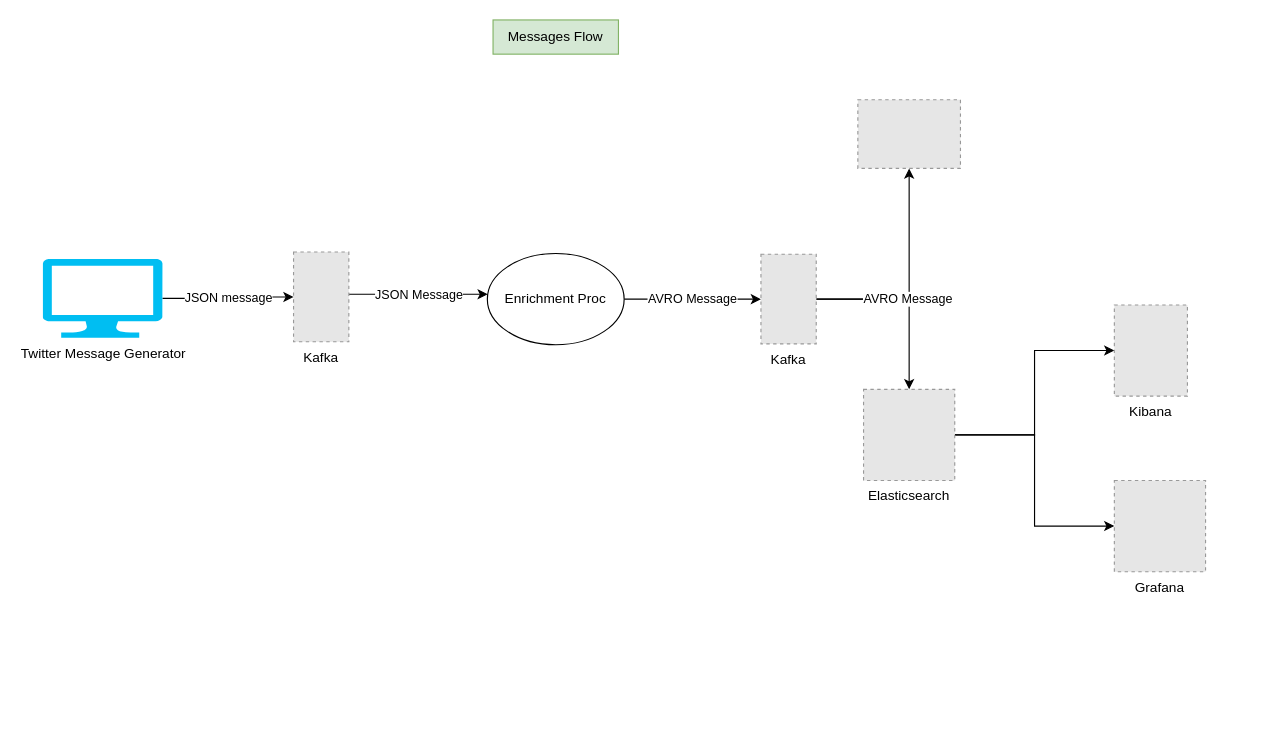
This is src/main/resources/diagram/messages_flow.drawio from skatz1990/messaging_pipeline, a draw.io file, before an edit. Source tidied: cells renumbered, new cells numbered last; positions are measured from the earlier drawing's top-left corner, leaving out a move shared by most shapes. Both pictures are drawn from the tidied source at 114%, with x=0, y=0 at pixel (42, 19). Pictures stored in the file or linked from it are replaced by grey dashed boxes.
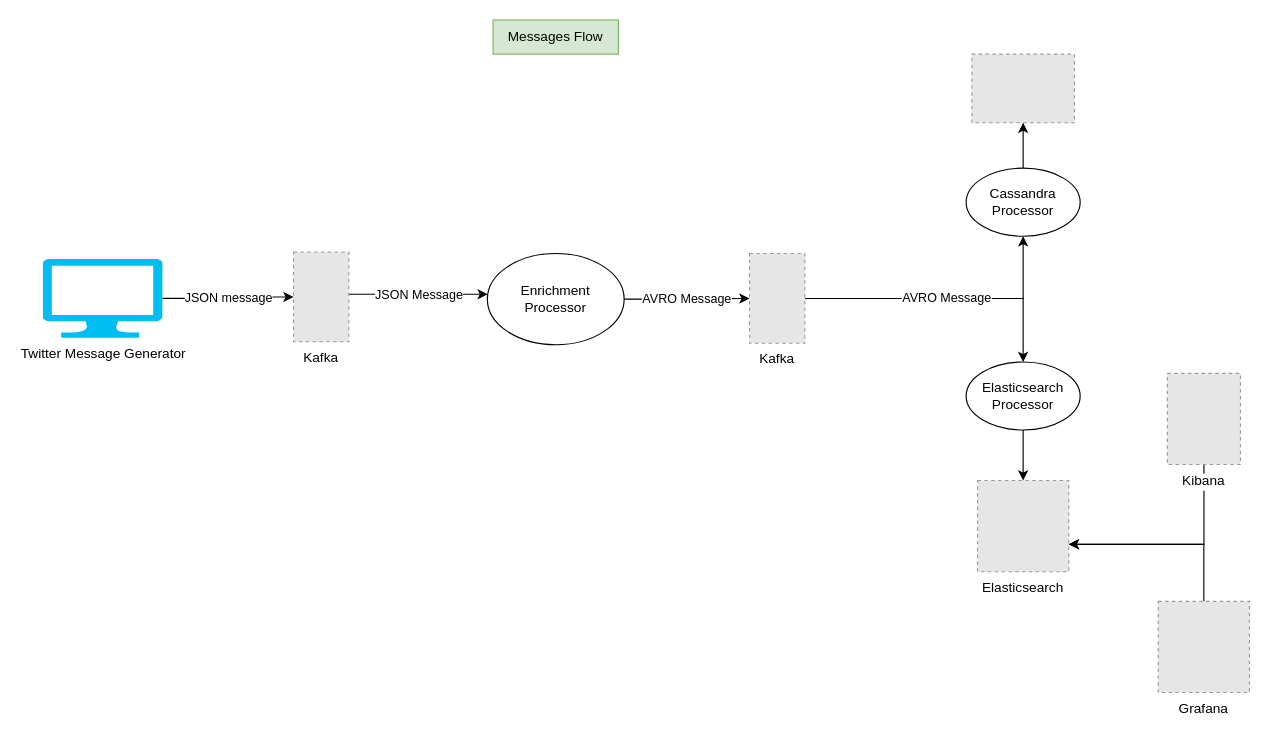
Above is the later version.

Commit message (it also covers changes not shown here):
Messages flow updated

Diff of the diagram source:
```diff
@@
     <mxCell id="6" style="fillColor=#E6E6E6;strokeColor=#999999;dashed=1;verticalLabelPosition=bottom;labelBackgroundColor=#ffffff;verticalAlign=top;" parent="1" vertex="1">
-      <mxGeometry x="715" y="70" width="90" height="60.2" as="geometry" />
+      <mxGeometry x="815" y="30" width="90" height="60.2" as="geometry" />
     </mxCell>
-    <mxCell id="7" style="edgeStyle=orthogonalEdgeStyle;rounded=0;jettySize=auto;html=1;" parent="1" edge="1" source="9" target="10">
-      <mxGeometry relative="1" as="geometry" />
-    </mxCell>
-    <mxCell id="8" style="edgeStyle=orthogonalEdgeStyle;rounded=0;jettySize=auto;html=1;" parent="1" edge="1" source="9" target="17">
-      <mxGeometry relative="1" as="geometry" />
-    </mxCell>
     <mxCell id="9" value="Elasticsearch" style="fillColor=#E6E6E6;strokeColor=#999999;dashed=1;verticalLabelPosition=bottom;labelBackgroundColor=#ffffff;verticalAlign=top;" parent="1" vertex="1">
-      <mxGeometry x="720" y="324" width="80" height="80" as="geometry" />
+      <mxGeometry x="820" y="404" width="80" height="80" as="geometry" />
     </mxCell>
+    <mxCell id="18" style="edgeStyle=orthogonalEdgeStyle;rounded=0;jettySize=auto;html=1;" parent="1" edge="1" source="10" target="9">
+      <mxGeometry relative="1" as="geometry">
+        <Array as="points">
+          <mxPoint x="1019" y="460" />
+        </Array>
+      </mxGeometry>
+    </mxCell>
     <mxCell id="10" value="Kibana" style="fillColor=#E6E6E6;strokeColor=#999999;dashed=1;verticalLabelPosition=bottom;labelBackgroundColor=#ffffff;verticalAlign=top;" parent="1" vertex="1">
-      <mxGeometry x="940" y="250" width="64.1" height="80" as="geometry" />
+      <mxGeometry x="986.5" y="310" width="64.1" height="80" as="geometry" />
     </mxCell>
@@
-    <mxCell id="12" value="Enrichment Proc" style="ellipse;whiteSpace=wrap;html=1;" parent="1" vertex="1">
+    <mxCell id="12" value="Enrichment Processor" style="ellipse;whiteSpace=wrap;html=1;" parent="1" vertex="1">
       <mxGeometry x="390" y="204.9" width="120" height="80" as="geometry" />
     </mxCell>
-    <mxCell id="13" style="edgeStyle=orthogonalEdgeStyle;rounded=0;jettySize=auto;html=1;" parent="1" edge="1" source="15" target="6">
-      <mxGeometry relative="1" as="geometry" />
-    </mxCell>
+    <mxCell id="19" style="edgeStyle=orthogonalEdgeStyle;rounded=0;jettySize=auto;html=1;" parent="1" edge="1" source="15" target="22">
+      <mxGeometry relative="1" as="geometry" />
+    </mxCell>
-    <mxCell id="14" value="AVRO Message" style="edgeStyle=orthogonalEdgeStyle;rounded=0;jettySize=auto;html=1;" parent="1" edge="1" source="15" target="9">
-      <mxGeometry relative="1" as="geometry" />
+    <mxCell id="14" value="AVRO Message" style="edgeStyle=orthogonalEdgeStyle;rounded=0;jettySize=auto;html=1;" parent="1" edge="1" source="15" target="24">
+      <mxGeometry relative="1" as="geometry">
+        <Array as="points">
+          <mxPoint x="860" y="244" />
+        </Array>
+      </mxGeometry>
     </mxCell>
     <mxCell id="15" value="Kafka" style="fillColor=#E6E6E6;strokeColor=#999999;dashed=1;verticalLabelPosition=bottom;labelBackgroundColor=#ffffff;verticalAlign=top;" parent="1" vertex="1">
-      <mxGeometry x="630" y="205.5" width="48.5" height="78.7" as="geometry" />
+      <mxGeometry x="620" y="204.9" width="48.5" height="78.7" as="geometry" />
     </mxCell>
@@
+    <mxCell id="20" style="edgeStyle=orthogonalEdgeStyle;rounded=0;jettySize=auto;html=1;" parent="1" edge="1" source="17" target="9">
+      <mxGeometry relative="1" as="geometry">
+        <Array as="points">
+          <mxPoint x="1019" y="460" />
+        </Array>
+      </mxGeometry>
+    </mxCell>
     <mxCell id="17" value="Grafana" style="fillColor=#E6E6E6;strokeColor=#999999;dashed=1;verticalLabelPosition=bottom;labelBackgroundColor=#ffffff;verticalAlign=top;" parent="1" vertex="1">
-      <mxGeometry x="940" y="404" width="80" height="80" as="geometry" />
+      <mxGeometry x="978.5" y="510" width="80" height="80" as="geometry" />
     </mxCell>
+    <mxCell id="21" style="edgeStyle=orthogonalEdgeStyle;rounded=0;jettySize=auto;html=1;" parent="1" edge="1" source="22" target="6">
+      <mxGeometry relative="1" as="geometry" />
+    </mxCell>
+    <mxCell id="22" value="Cassandra Processor" style="ellipse;whiteSpace=wrap;html=1;" parent="1" vertex="1">
+      <mxGeometry x="810" y="130" width="100" height="59.7" as="geometry" />
+    </mxCell>
+    <mxCell id="23" style="edgeStyle=orthogonalEdgeStyle;rounded=0;jettySize=auto;html=1;" parent="1" edge="1" source="24" target="9">
+      <mxGeometry relative="1" as="geometry" />
+    </mxCell>
+    <mxCell id="24" value="Elasticsearch Processor" style="ellipse;whiteSpace=wrap;html=1;" parent="1" vertex="1">
+      <mxGeometry x="810" y="300" width="100" height="59.7" as="geometry" />
+    </mxCell>
```
